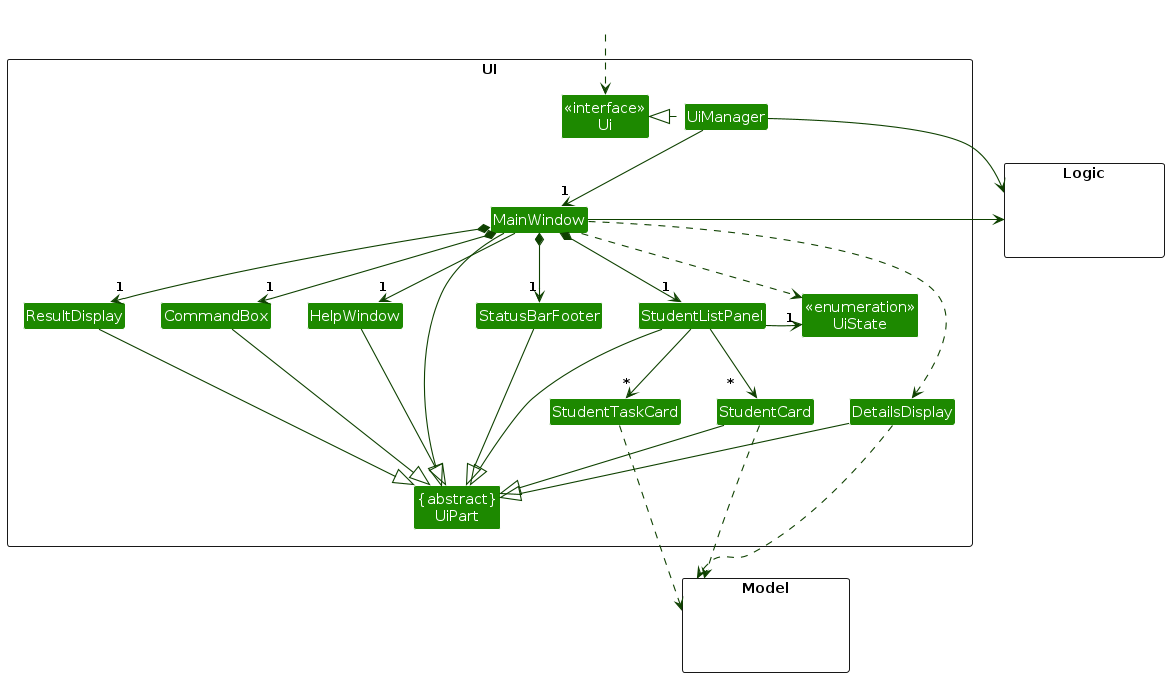
Above: diagrams/UiClassDiagram.png in AY2425S1-CS2103T-W08-3/tp (PlantUML), before the change. Its source is kept beside it as diagrams/UiClassDiagram.puml.
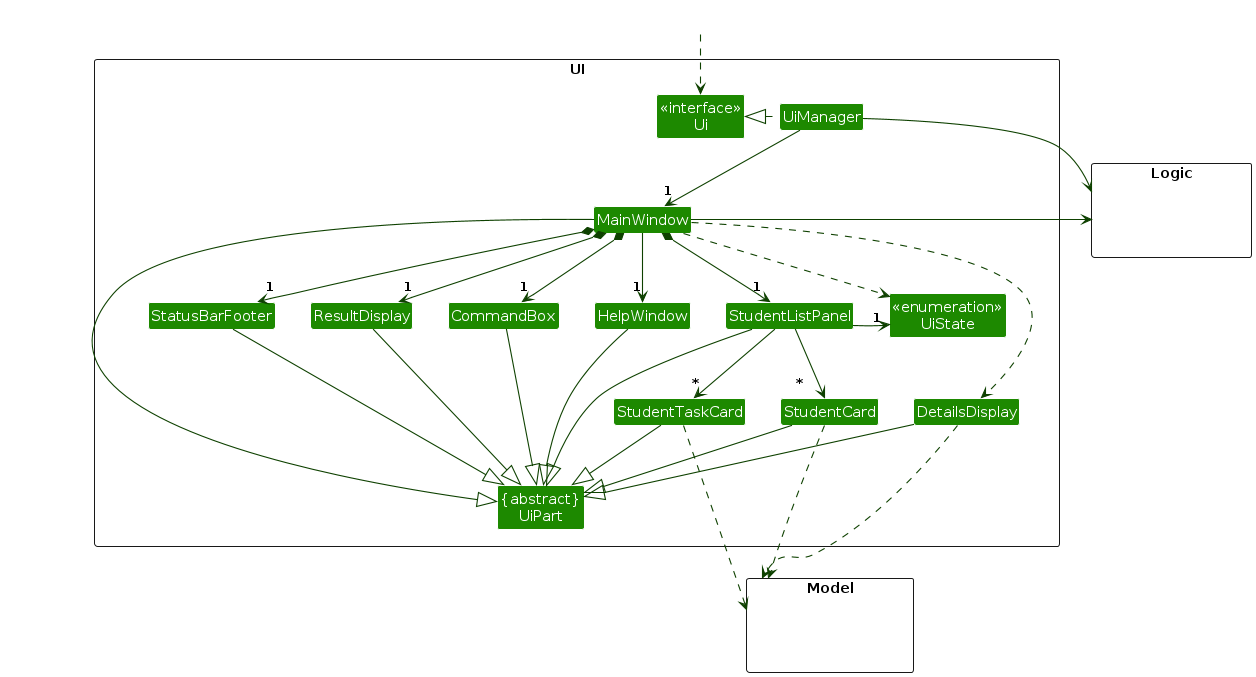
After the commit.

Diff of the diagram source:
```diff
@@ -49,6 +49,7 @@
 CommandBox --|> UiPart
 StudentListPanel --|> UiPart
 StudentCard --|> UiPart
+StudentTaskCard --|> UiPart
 StatusBarFooter --|> UiPart
 HelpWindow --|> UiPart
 DetailsDisplay --|> UiPart
```
